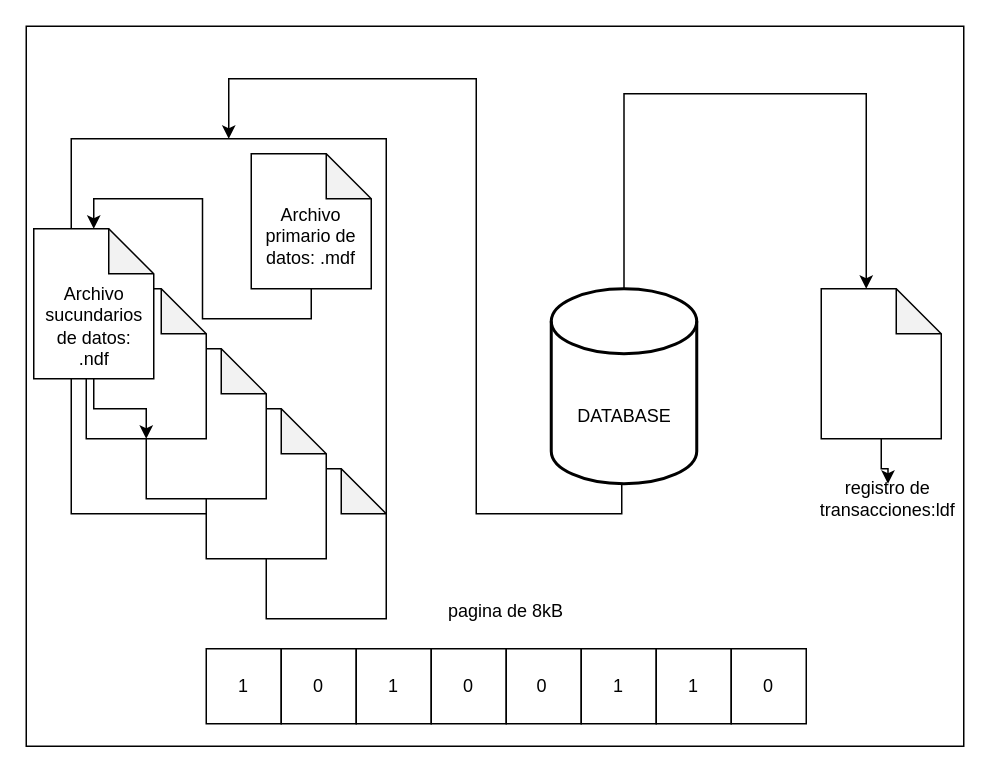
AnchundiaMoises/decorador keeps this draw.io diagram as Untitled Diagram.drawio. Above is the earlier version. Source tidied: cells renumbered, new cells numbered last; positions are measured from the earlier drawing's top-left corner, leaving out a move shared by most shapes. Both pictures are drawn from the tidied source at 150%, with x=0, y=0 at pixel (26, 26).
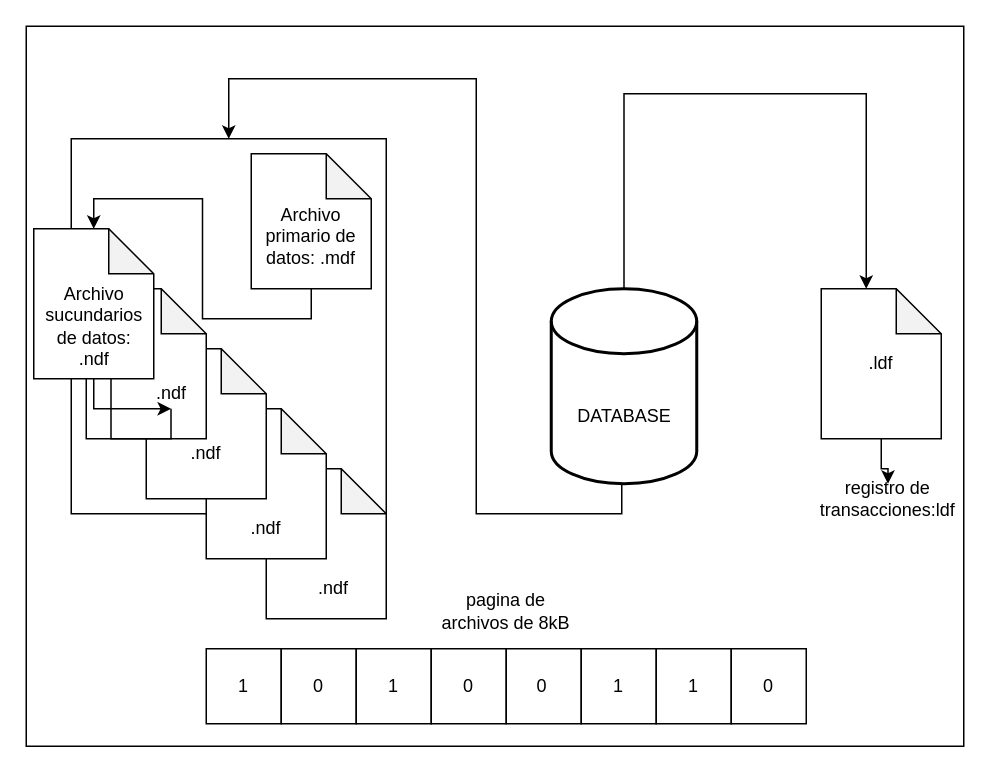
The same diagram, later.

Unchanged cells that the change refers to:
```xml
<mxCell id="12" style="shape=note;whiteSpace=wrap;html=1;backgroundOutline=1;darkOpacity=0.05;" parent="1" vertex="1">
  <mxGeometry x="40" y="175" width="80" height="100" as="geometry" />
</mxCell>
<mxCell id="24" style="shape=note;whiteSpace=wrap;html=1;backgroundOutline=1;darkOpacity=0.05;" parent="1" vertex="1">
  <mxGeometry x="5" y="135" width="80" height="100" as="geometry" />
</mxCell>
```

Change to the diagram source:
```diff
@@
-    <mxCell id="23" style="edgeStyle=orthogonalEdgeStyle;rounded=0;jettySize=auto;html=1;exitX=0.5;exitY=1;exitDx=0;exitDy=0;exitPerimeter=0;" parent="1" edge="1" source="24" target="12">
+    <mxCell id="23" style="edgeStyle=orthogonalEdgeStyle;rounded=0;jettySize=auto;html=1;exitX=0.5;exitY=1;exitDx=0;exitDy=0;exitPerimeter=0;" parent="1" edge="1" source="42" target="12">
       <mxGeometry relative="1" as="geometry" />
     </mxCell>
@@
-    <mxCell id="37" value="pagina de 8kB" style="text;html=1;strokeColor=none;fillColor=none;align=center;verticalAlign=middle;whiteSpace=wrap;rounded=0;" parent="1" vertex="1">
+    <mxCell id="37" value="pagina de archivos de 8kB" style="text;html=1;strokeColor=none;fillColor=none;align=center;verticalAlign=middle;whiteSpace=wrap;rounded=0;" parent="1" vertex="1">
       <mxGeometry x="270" y="365" width="100" height="50" as="geometry" />
     </mxCell>
+    <mxCell id="38" value=".ldf" style="text;html=1;strokeColor=none;fillColor=none;align=center;verticalAlign=middle;whiteSpace=wrap;rounded=0;" parent="1" vertex="1">
+      <mxGeometry x="550" y="215" width="40" height="20" as="geometry" />
+    </mxCell>
+    <mxCell id="39" value=".ndf" style="text;html=1;strokeColor=none;fillColor=none;align=center;verticalAlign=middle;whiteSpace=wrap;rounded=0;" parent="1" vertex="1">
+      <mxGeometry x="100" y="275" width="40" height="20" as="geometry" />
+    </mxCell>
+    <mxCell id="40" value=".ndf" style="text;html=1;strokeColor=none;fillColor=none;align=center;verticalAlign=middle;whiteSpace=wrap;rounded=0;" parent="1" vertex="1">
+      <mxGeometry x="140" y="325" width="40" height="20" as="geometry" />
+    </mxCell>
+    <mxCell id="41" value=".ndf" style="text;html=1;strokeColor=none;fillColor=none;align=center;verticalAlign=middle;whiteSpace=wrap;rounded=0;" parent="1" vertex="1">
+      <mxGeometry x="185" y="365" width="40" height="20" as="geometry" />
+    </mxCell>
+    <mxCell id="42" value=".ndf" style="text;html=1;strokeColor=none;fillColor=none;align=center;verticalAlign=middle;whiteSpace=wrap;rounded=0;" parent="1" vertex="1">
+      <mxGeometry x="76.5" y="235" width="40" height="20" as="geometry" />
+    </mxCell>
+    <mxCell id="43" style="edgeStyle=orthogonalEdgeStyle;rounded=0;jettySize=auto;html=1;exitX=0.5;exitY=1;exitDx=0;exitDy=0;exitPerimeter=0;" parent="1" edge="1" source="24" target="42">
+      <mxGeometry relative="1" as="geometry" />
+    </mxCell>
```
